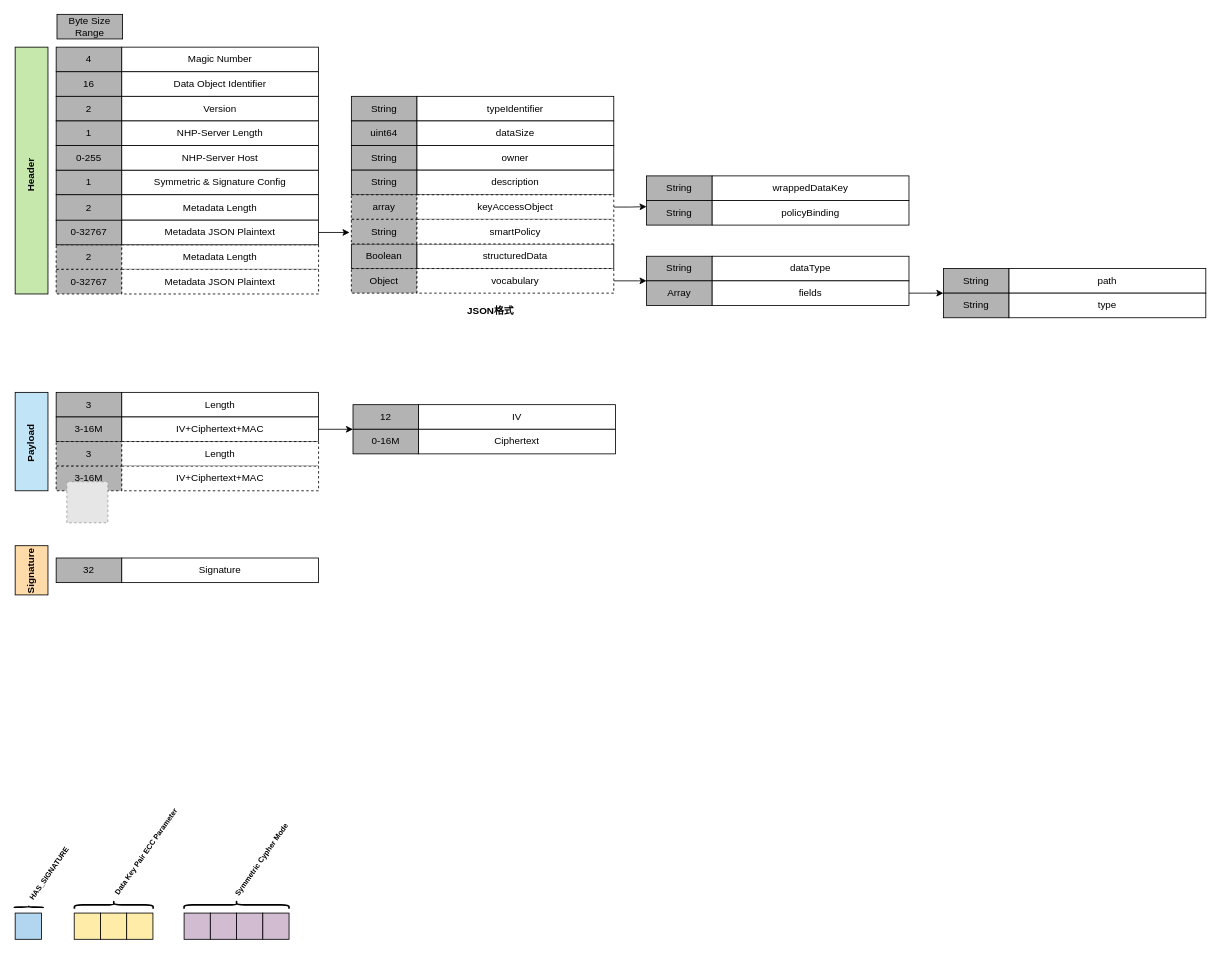
This is page "ztdo structure" (8 of 31) of dhp/OpenDHP.drawio from wenhulove333/opendhp, a draw.io file, before an edit. Source tidied: cells renumbered, new cells numbered last; positions are measured from the earlier drawing's top-left corner, leaving out a move shared by most shapes. Both pictures are drawn from the tidied source at 82%, with x=0, y=0 at pixel (7, 14). Pictures stored in the file or linked from it are replaced by grey dashed boxes.
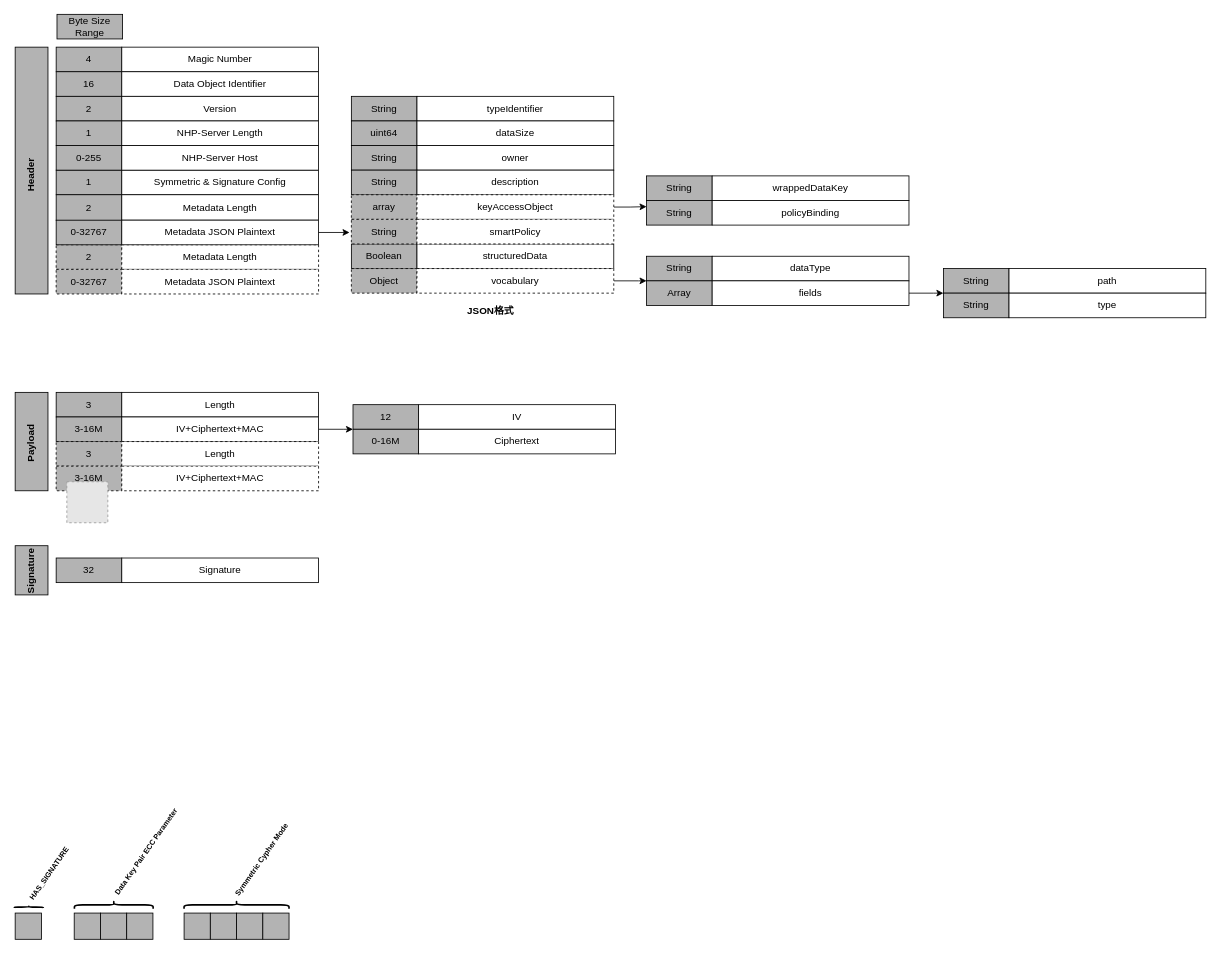
Above is the later version.

Unchanged cells that the change refers to:
```xml
<mxCell id="2" style="group;" parent="1" vertex="1">
  <mxGeometry x="10" y="461" width="732" height="120" as="geometry" />
</mxCell>
```

Change to the diagram source:
```diff
@@
-    <mxCell id="3" style="rounded=0;whiteSpace=wrap;html=1;fillColor=light-dark(#c1e4f7, #319eff);fontColor=#ffffff;strokeColor=default;" parent="2" vertex="1">
+    <mxCell id="3" style="rounded=0;whiteSpace=wrap;html=1;fillColor=light-dark(#B3B3B3,#319EFF);fontColor=#ffffff;strokeColor=default;" parent="2" vertex="1">
       <mxGeometry width="40" height="120" as="geometry" />
     </mxCell>
@@
-    <mxCell id="21" style="rounded=0;whiteSpace=wrap;html=1;fillColor=light-dark(#ffdba9, #319eff);fontColor=#ffffff;strokeColor=default;" parent="1" vertex="1">
+    <mxCell id="21" style="rounded=0;whiteSpace=wrap;html=1;fillColor=light-dark(#B3B3B3,#319EFF);fontColor=#ffffff;strokeColor=default;" parent="1" vertex="1">
       <mxGeometry x="10" y="648" width="40" height="60" as="geometry" />
     </mxCell>
@@
-    <mxCell id="25" style="rounded=0;whiteSpace=wrap;html=1;fillColor=light-dark(#c7e8ac, #4a890c);fontColor=#ffffff;strokeColor=default;" parent="1" vertex="1">
+    <mxCell id="25" style="rounded=0;whiteSpace=wrap;html=1;fillColor=light-dark(#B3B3B3,#4A890C);fontColor=#ffffff;strokeColor=default;" parent="1" vertex="1">
       <mxGeometry x="10" y="40" width="40" height="301" as="geometry" />
     </mxCell>
@@
-    <mxCell id="75" style="rounded=0;whiteSpace=wrap;html=1;fillColor=light-dark(#b2d6ef, #ededed);" parent="1" vertex="1">
+    <mxCell id="75" style="rounded=0;whiteSpace=wrap;html=1;fillColor=light-dark(#B3B3B3,#EDEDED);" parent="1" vertex="1">
       <mxGeometry x="10" y="1096" width="32" height="32" as="geometry" />
     </mxCell>
-    <mxCell id="76" style="rounded=0;whiteSpace=wrap;html=1;fillColor=light-dark(#ffeca9, #ededed);" parent="1" vertex="1">
+    <mxCell id="76" style="rounded=0;whiteSpace=wrap;html=1;fillColor=light-dark(#B3B3B3,#EDEDED);" parent="1" vertex="1">
       <mxGeometry x="82" y="1096" width="32" height="32" as="geometry" />
     </mxCell>
-    <mxCell id="77" style="rounded=0;whiteSpace=wrap;html=1;fillColor=light-dark(#ffeca9, #ededed);" parent="1" vertex="1">
+    <mxCell id="77" style="rounded=0;whiteSpace=wrap;html=1;fillColor=light-dark(#B3B3B3,#EDEDED);" parent="1" vertex="1">
       <mxGeometry x="114" y="1096" width="32" height="32" as="geometry" />
     </mxCell>
-    <mxCell id="78" style="rounded=0;whiteSpace=wrap;html=1;fillColor=light-dark(#ffeca9, #ededed);" parent="1" vertex="1">
+    <mxCell id="78" style="rounded=0;whiteSpace=wrap;html=1;fillColor=light-dark(#B3B3B3,#EDEDED);" parent="1" vertex="1">
       <mxGeometry x="146" y="1096" width="32" height="32" as="geometry" />
     </mxCell>
-    <mxCell id="79" style="rounded=0;whiteSpace=wrap;html=1;fillColor=light-dark(#d1bcd2, #ededed);" parent="1" vertex="1">
+    <mxCell id="79" style="rounded=0;whiteSpace=wrap;html=1;fillColor=light-dark(#B3B3B3,#EDEDED);" parent="1" vertex="1">
       <mxGeometry x="216" y="1096" width="32" height="32" as="geometry" />
     </mxCell>
-    <mxCell id="80" style="rounded=0;whiteSpace=wrap;html=1;fillColor=light-dark(#d1bcd2, #ededed);" parent="1" vertex="1">
+    <mxCell id="80" style="rounded=0;whiteSpace=wrap;html=1;fillColor=light-dark(#B3B3B3,#EDEDED);" parent="1" vertex="1">
       <mxGeometry x="248" y="1096" width="32" height="32" as="geometry" />
     </mxCell>
-    <mxCell id="81" style="rounded=0;whiteSpace=wrap;html=1;fillColor=light-dark(#d1bcd2, #ededed);" parent="1" vertex="1">
+    <mxCell id="81" style="rounded=0;whiteSpace=wrap;html=1;fillColor=light-dark(#B3B3B3,#EDEDED);" parent="1" vertex="1">
       <mxGeometry x="280" y="1096" width="32" height="32" as="geometry" />
     </mxCell>
-    <mxCell id="82" style="rounded=0;whiteSpace=wrap;html=1;fillColor=light-dark(#d1bcd2, #ededed);" parent="1" vertex="1">
+    <mxCell id="82" style="rounded=0;whiteSpace=wrap;html=1;fillColor=light-dark(#B3B3B3,#EDEDED);" parent="1" vertex="1">
       <mxGeometry x="312" y="1096" width="32" height="32" as="geometry" />
     </mxCell>
-    <mxCell id="83" style="shape=curlyBracket;whiteSpace=wrap;html=1;rounded=1;labelPosition=left;verticalLabelPosition=middle;align=right;verticalAlign=middle;rotation=90;strokeWidth=2;" parent="1" vertex="1">
+    <mxCell id="83" style="shape=curlyBracket;whiteSpace=wrap;html=1;rounded=1;labelPosition=left;verticalLabelPosition=middle;align=right;verticalAlign=middle;rotation=90;strokeWidth=2;fillColor=light-dark(#B3B3B3,#EDEDED);" parent="1" vertex="1">
       <mxGeometry x="25.4" y="1071.1" width="2.5" height="35.2" as="geometry" />
     </mxCell>
```
